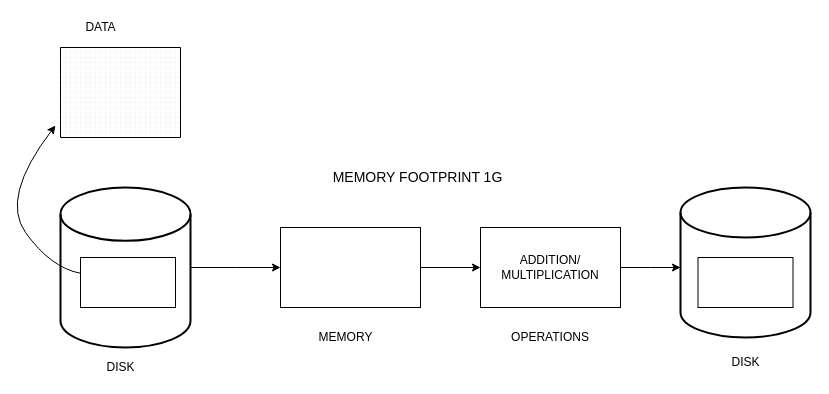
Before: page "Page-1" (1 of 2) of Untitled Diagram.drawio in kalyanbhetwal/thesis-drawings, a draw.io diagram. Source tidied: cells renumbered, new cells numbered last; positions are measured from the earlier drawing's top-left corner, leaving out a move shared by most shapes. Both pictures are drawn from the tidied source at 100%, with x=0, y=0 at pixel (0, 17).
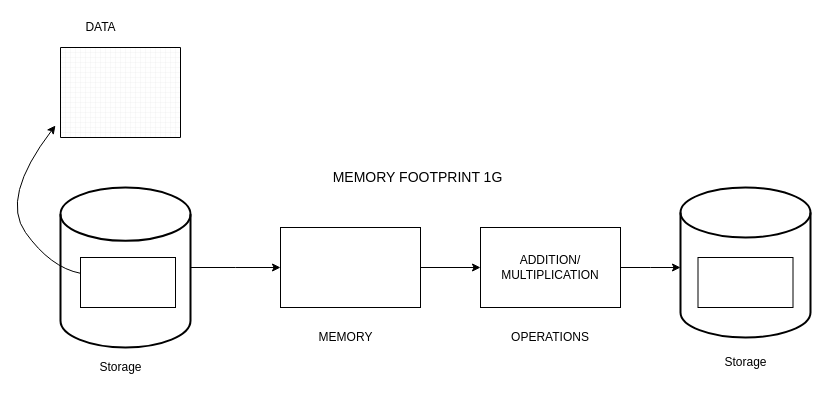
The same page after the edit.

Diff of the diagram source:
```diff
@@
-    <mxCell id="12" value="DISK" style="text;html=1;align=center;verticalAlign=middle;strokeColor=none;fillColor=none;" parent="1" vertex="1">
-      <mxGeometry x="100" y="340" width="40" height="20" as="geometry" />
+    <mxCell id="12" value="Storage" style="text;html=1;align=center;verticalAlign=middle;strokeColor=none;fillColor=none;" parent="1" vertex="1">
+      <mxGeometry x="90" y="340" width="60" height="20" as="geometry" />
     </mxCell>
@@
-    <mxCell id="18" value="DISK" style="text;html=1;align=center;verticalAlign=middle;strokeColor=none;fillColor=none;" parent="1" vertex="1">
-      <mxGeometry x="725" y="335" width="40" height="20" as="geometry" />
+    <mxCell id="18" value="Storage" style="text;html=1;align=center;verticalAlign=middle;strokeColor=none;fillColor=none;" parent="1" vertex="1">
+      <mxGeometry x="715" y="335" width="60" height="20" as="geometry" />
     </mxCell>
```
